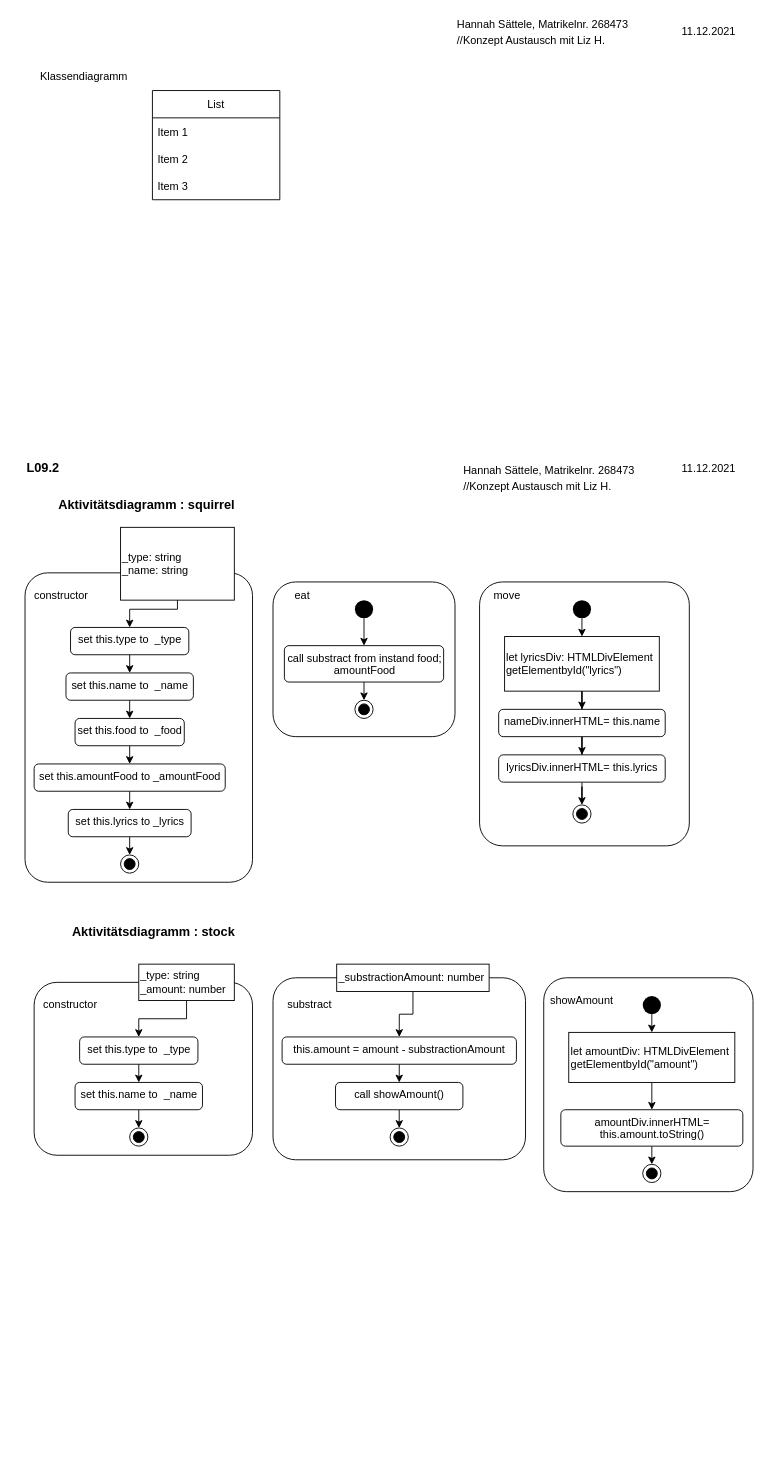
The draw.io diagram Aufgabe9.2/L09.2_Klassendiagramm.drawio in hannahsaettele/EIA2, before the edit. Source tidied: cells renumbered, new cells numbered last; positions are measured from the earlier drawing's top-left corner, leaving out a move shared by most shapes. Both pictures are drawn from the tidied source at 91%, with x=0, y=0 at pixel (15, 17).
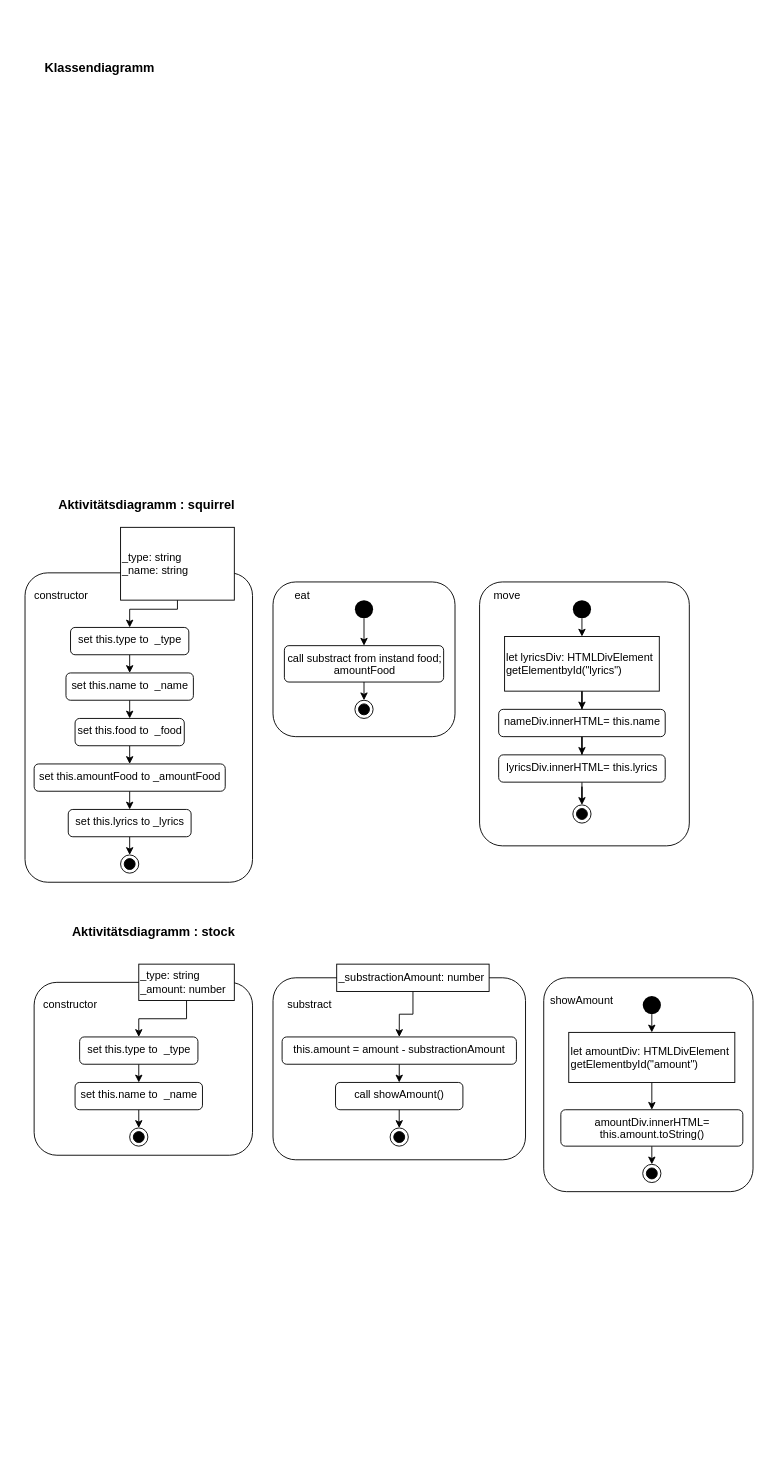
After the change.

The edit, as a diff of the source:
```diff
@@
-    <mxCell id="2" value="&lt;font style=&quot;font-size: 12px&quot;&gt;Hannah Sättele, Matrikelnr. 268473&lt;br&gt;//Konzept Austausch mit Liz H.&lt;br&gt;&lt;/font&gt;" style="text;html=1;strokeColor=none;fillColor=none;align=left;verticalAlign=middle;whiteSpace=wrap;rounded=0;fontSize=14;" parent="1" vertex="1">
-      <mxGeometry x="490" y="490" width="231.2" height="30" as="geometry" />
-    </mxCell>
-    <mxCell id="3" value="&lt;span style=&quot;font-size: 12px&quot;&gt;11.12.2021&lt;/span&gt;" style="text;html=1;strokeColor=none;fillColor=none;align=left;verticalAlign=middle;whiteSpace=wrap;rounded=0;fontSize=14;" parent="1" vertex="1">
-      <mxGeometry x="730" y="480" width="60" height="30" as="geometry" />
-    </mxCell>
@@
-    <mxCell id="5" value="&lt;b&gt;&lt;font style=&quot;font-size: 14px&quot;&gt;L09.2&lt;/font&gt;&lt;/b&gt;" style="text;html=1;strokeColor=none;fillColor=none;align=center;verticalAlign=middle;whiteSpace=wrap;rounded=0;fontSize=12;" parent="1" vertex="1">
-      <mxGeometry y="480" width="60" height="30" as="geometry" />
-    </mxCell>
@@
-    <mxCell id="70" value="List" style="swimlane;fontStyle=0;horizontal=1;startSize=30;" parent="1" vertex="1">
-      <mxGeometry x="150" y="80" width="140" height="120" as="geometry" />
-    </mxCell>
-    <mxCell id="71" value="Item 1" style="text;strokeColor=none;fillColor=none;align=left;verticalAlign=middle;spacingLeft=4;spacingRight=4;overflow=hidden;" parent="70" vertex="1">
-      <mxGeometry y="30" width="140" height="30" as="geometry" />
-    </mxCell>
-    <mxCell id="72" value="Item 2" style="text;strokeColor=none;fillColor=none;align=left;verticalAlign=middle;spacingLeft=4;spacingRight=4;overflow=hidden;" parent="70" vertex="1">
-      <mxGeometry y="60" width="140" height="30" as="geometry" />
-    </mxCell>
-    <mxCell id="73" value="Item 3" style="text;strokeColor=none;fillColor=none;align=left;verticalAlign=middle;spacingLeft=4;spacingRight=4;overflow=hidden;" parent="70" vertex="1">
-      <mxGeometry y="90" width="140" height="30" as="geometry" />
-    </mxCell>
-    <mxCell id="74" value="Klassendiagramm" style="text;html=1;strokeColor=none;fillColor=none;align=center;verticalAlign=middle;whiteSpace=wrap;rounded=0;" parent="1" vertex="1">
-      <mxGeometry x="45" y="50" width="60" height="30" as="geometry" />
+    <mxCell id="74" value="&lt;span style=&quot;font-size: 14px&quot;&gt;&lt;b&gt;Klassendiagramm&lt;/b&gt;&lt;/span&gt;" style="text;html=1;strokeColor=none;fillColor=none;align=left;verticalAlign=middle;whiteSpace=wrap;rounded=0;" parent="1" vertex="1">
+      <mxGeometry x="30" y="40" width="230" height="30" as="geometry" />
     </mxCell>
-    <mxCell id="75" value="&lt;font style=&quot;font-size: 12px&quot;&gt;Hannah Sättele, Matrikelnr. 268473&lt;br&gt;//Konzept Austausch mit Liz H.&lt;br&gt;&lt;/font&gt;" style="text;html=1;strokeColor=none;fillColor=none;align=left;verticalAlign=middle;whiteSpace=wrap;rounded=0;fontSize=14;" parent="1" vertex="1">
-      <mxGeometry x="482.5" width="231.2" height="30" as="geometry" />
-    </mxCell>
-    <mxCell id="76" value="&lt;span style=&quot;font-size: 12px&quot;&gt;11.12.2021&lt;/span&gt;" style="text;html=1;strokeColor=none;fillColor=none;align=left;verticalAlign=middle;whiteSpace=wrap;rounded=0;fontSize=14;" parent="1" vertex="1">
-      <mxGeometry x="730" width="60" height="30" as="geometry" />
-    </mxCell>
```
